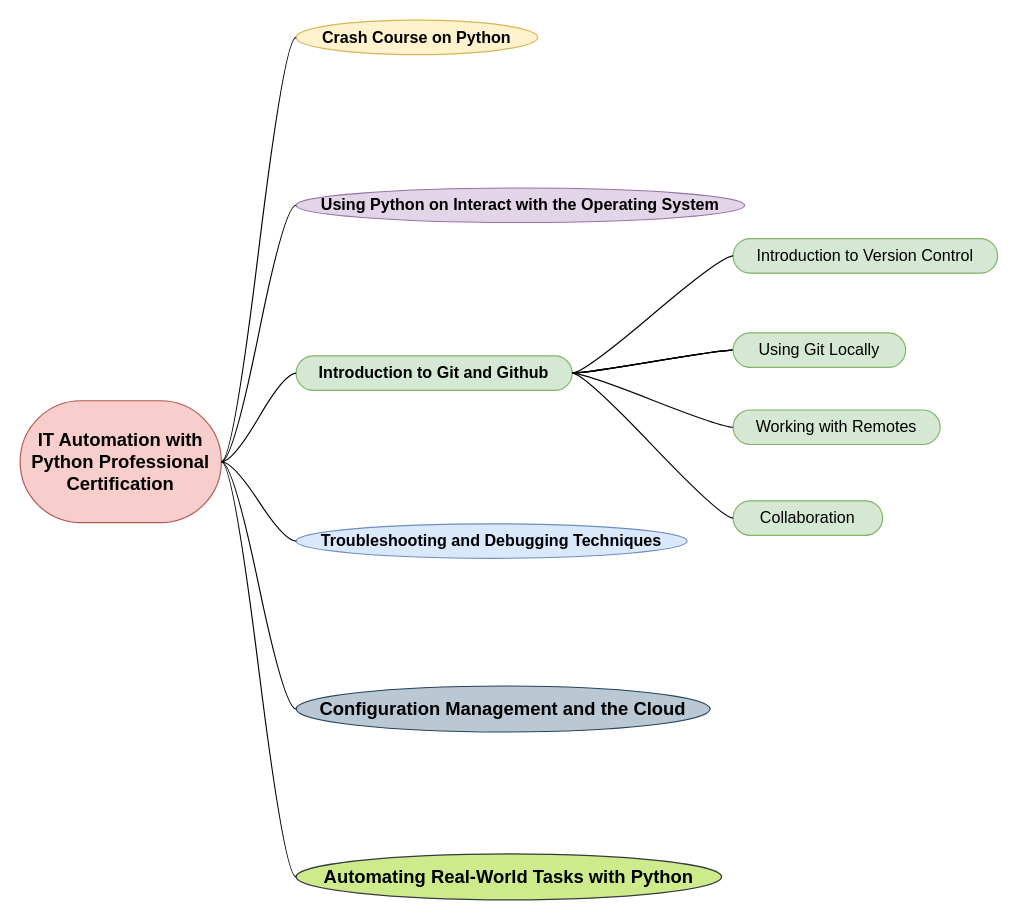
The draw.io diagram Untitled Diagram.drawio in wxfls/draw.io, before the edit. Source tidied: cells renumbered, new cells numbered last; positions are measured from the earlier drawing's top-left corner, leaving out a move shared by most shapes. Both pictures are drawn from the tidied source at 115%, with x=0, y=0 at pixel (20, 20).
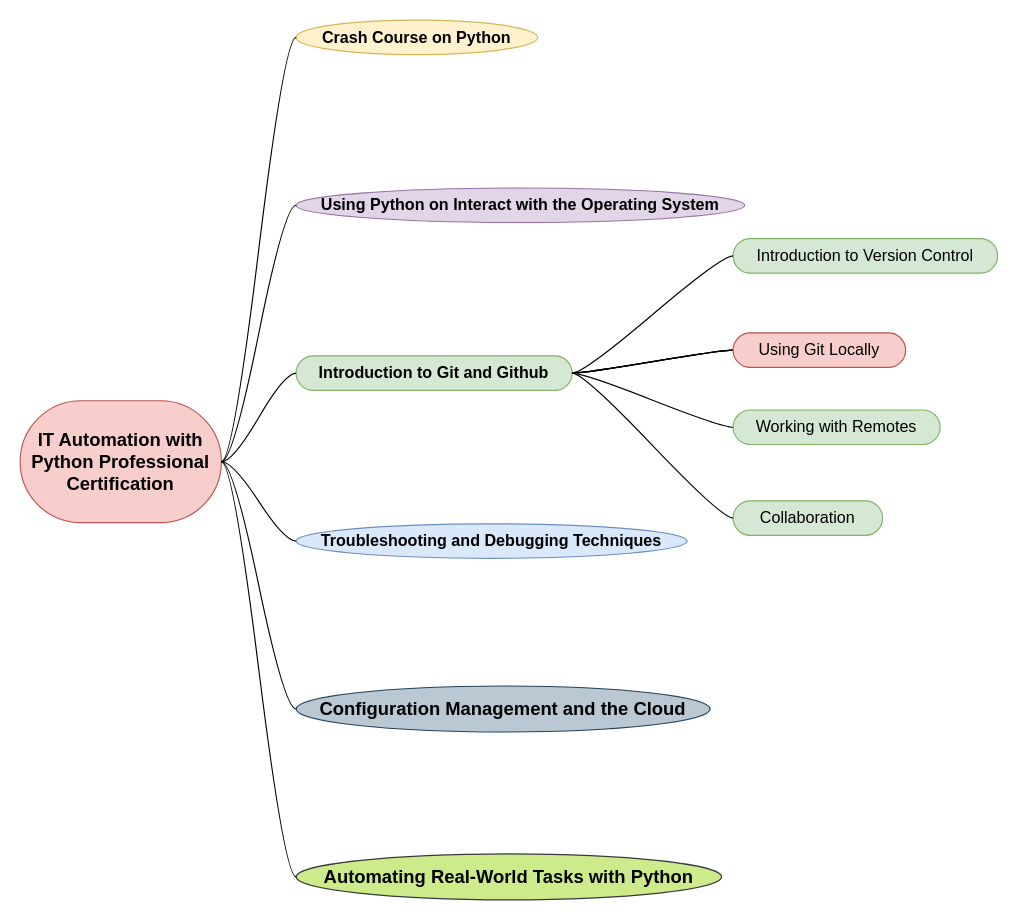
After the change.

Diff of the diagram source:
```diff
@@
-    <mxCell id="22" value="&lt;span style=&quot;font-size: 14px;&quot;&gt;Using Git Locally&lt;/span&gt;" style="whiteSpace=wrap;html=1;rounded=1;arcSize=50;align=center;verticalAlign=middle;strokeWidth=1;spacing=4;newEdgeStyle={&quot;edgeStyle&quot;:&quot;entityRelationEdgeStyle&quot;,&quot;startArrow&quot;:&quot;none&quot;,&quot;endArrow&quot;:&quot;none&quot;,&quot;segment&quot;:10,&quot;curved&quot;:1,&quot;sourcePerimeterSpacing&quot;:0,&quot;targetPerimeterSpacing&quot;:0};fillColor=#d5e8d4;strokeColor=#82b366;" parent="1" vertex="1">
+    <mxCell id="22" value="&lt;span style=&quot;font-size: 14px;&quot;&gt;Using Git Locally&lt;/span&gt;" style="whiteSpace=wrap;html=1;rounded=1;arcSize=50;align=center;verticalAlign=middle;strokeWidth=1;spacing=4;newEdgeStyle={&quot;edgeStyle&quot;:&quot;entityRelationEdgeStyle&quot;,&quot;startArrow&quot;:&quot;none&quot;,&quot;endArrow&quot;:&quot;none&quot;,&quot;segment&quot;:10,&quot;curved&quot;:1,&quot;sourcePerimeterSpacing&quot;:0,&quot;targetPerimeterSpacing&quot;:0};fillColor=#f8cecc;strokeColor=#b85450;" parent="1" vertex="1" collapsed="1">
       <mxGeometry x="620" y="272" width="150" height="30" as="geometry" />
     </mxCell>
```
